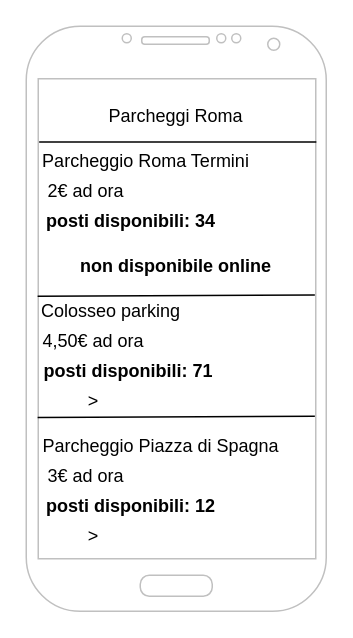
Before: Wireframe.drawio in M-Sor02/2020-21-webdesign-verifica, a draw.io diagram. Source tidied: cells renumbered, new cells numbered last; positions are measured from the earlier drawing's top-left corner, leaving out a move shared by most shapes. Both pictures are drawn from the tidied source at 150%, with x=0, y=0 at pixel (26, 26).
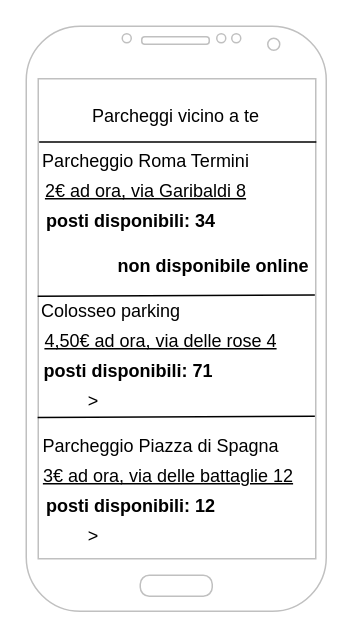
The same page after the edit.

Change to the diagram source:
```diff
@@
-    <mxCell id="6" value="2€ ad ora" style="text;html=1;strokeColor=none;fillColor=none;align=center;verticalAlign=middle;whiteSpace=wrap;rounded=0;" parent="1" vertex="1">
-      <mxGeometry x="10" y="100" width="60" height="20" as="geometry" />
+    <mxCell id="6" value="&lt;u&gt;2€ ad ora, via Garibaldi 8&lt;/u&gt;" style="text;html=1;strokeColor=none;fillColor=none;align=center;verticalAlign=middle;whiteSpace=wrap;rounded=0;" parent="1" vertex="1">
+      <mxGeometry x="10" y="100" width="140" height="20" as="geometry" />
     </mxCell>
-    <mxCell id="7" value="4,50€ ad ora" style="text;html=1;strokeColor=none;fillColor=none;align=center;verticalAlign=middle;whiteSpace=wrap;rounded=0;" parent="1" vertex="1">
-      <mxGeometry x="10" y="200" width="70" height="20" as="geometry" />
+    <mxCell id="7" value="&lt;u&gt;4,50€ ad ora, via delle rose 4&lt;/u&gt;" style="text;html=1;strokeColor=none;fillColor=none;align=center;verticalAlign=middle;whiteSpace=wrap;rounded=0;" parent="1" vertex="1">
+      <mxGeometry x="10" y="200" width="160" height="20" as="geometry" />
     </mxCell>
-    <mxCell id="8" value="3€ ad ora" style="text;html=1;strokeColor=none;fillColor=none;align=center;verticalAlign=middle;whiteSpace=wrap;rounded=0;" parent="1" vertex="1">
-      <mxGeometry x="10" y="290" width="60" height="20" as="geometry" />
+    <mxCell id="8" value="&lt;u&gt;3€ ad ora, via delle battaglie 12&lt;/u&gt;" style="text;html=1;strokeColor=none;fillColor=none;align=center;verticalAlign=middle;whiteSpace=wrap;rounded=0;" parent="1" vertex="1">
+      <mxGeometry x="10" y="290" width="170" height="20" as="geometry" />
     </mxCell>
@@
     <mxCell id="13" value="non disponibile online" style="text;html=1;strokeColor=none;fillColor=none;align=center;verticalAlign=middle;whiteSpace=wrap;rounded=0;fontStyle=1;" parent="1" vertex="1">
-      <mxGeometry x="35" y="140" width="130" height="40" as="geometry" />
+      <mxGeometry x="60" y="140" width="130" height="40" as="geometry" />
     </mxCell>
@@
-    <mxCell id="18" value="Parcheggi Roma" style="text;html=1;strokeColor=none;fillColor=none;align=center;verticalAlign=middle;whiteSpace=wrap;rounded=0;" parent="1" vertex="1">
+    <mxCell id="18" value="Parcheggi vicino a te" style="text;html=1;strokeColor=none;fillColor=none;align=center;verticalAlign=middle;whiteSpace=wrap;rounded=0;" parent="1" vertex="1">
       <mxGeometry x="30" y="50" width="140" height="20" as="geometry" />
     </mxCell>
```
